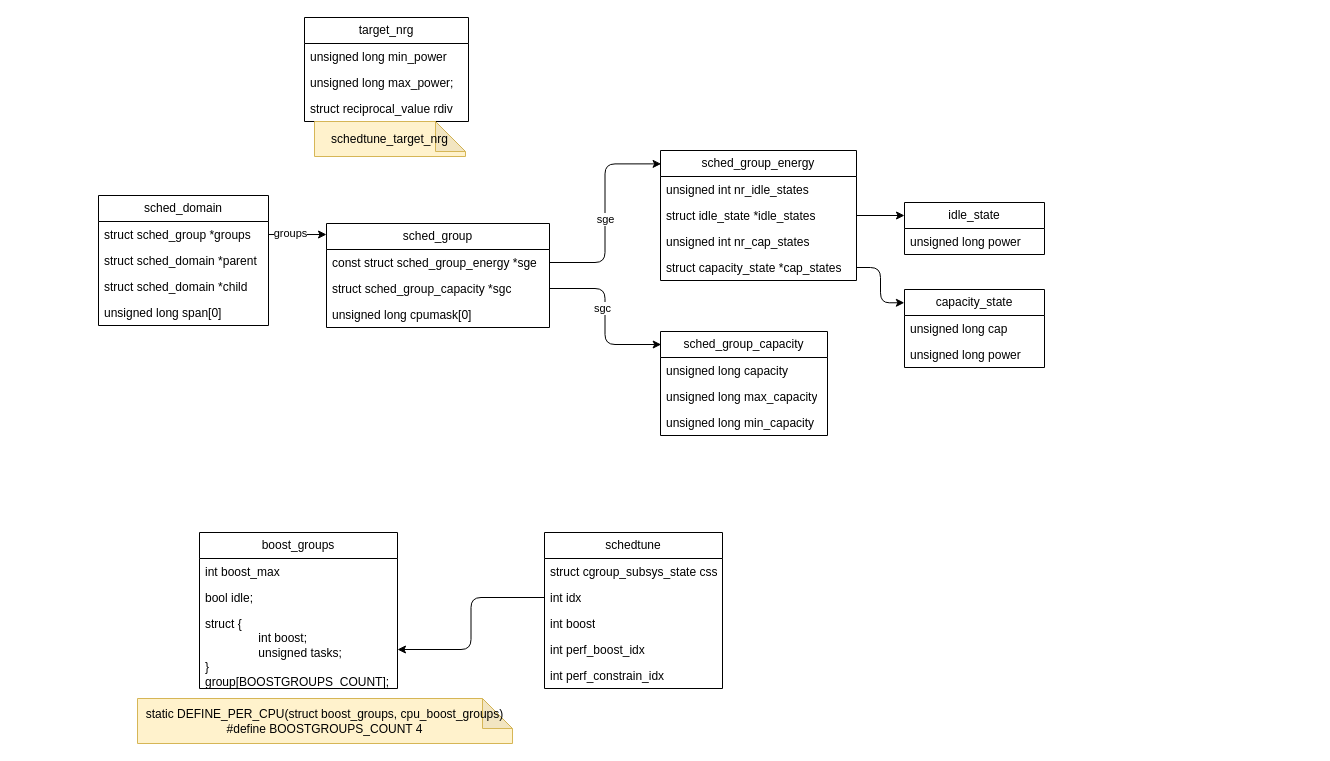
Above: schedtune.drawio in jasonactions/graph (draw.io), before the change. Source tidied: cells renumbered, new cells numbered last; positions are measured from the earlier drawing's top-left corner, leaving out a move shared by most shapes. Both pictures are drawn from the tidied source at 100%, with x=0, y=0 at pixel (98, 17).
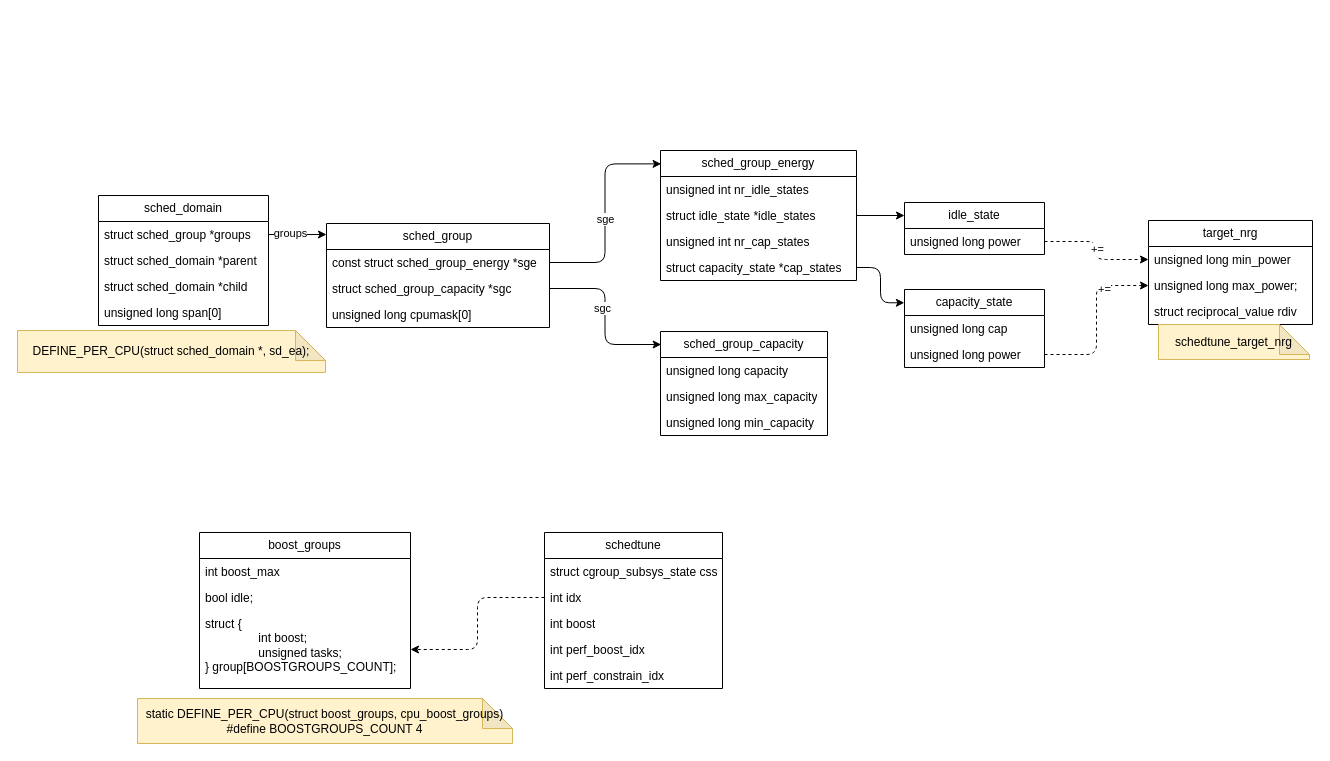
Above is the later version.

Unchanged cells that the change refers to:
```xml
<mxCell id="3" value="unsigned long min_power" style="text;strokeColor=none;fillColor=none;align=left;verticalAlign=top;spacingLeft=4;spacingRight=4;overflow=hidden;points=[[0,0.5],[1,0.5]];portConstraint=eastwest;whiteSpace=wrap;html=1;" parent="2" vertex="1">
  <mxGeometry y="26" width="164" height="26" as="geometry" />
</mxCell>
<mxCell id="4" value="unsigned long max_power;" style="text;strokeColor=none;fillColor=none;align=left;verticalAlign=top;spacingLeft=4;spacingRight=4;overflow=hidden;points=[[0,0.5],[1,0.5]];portConstraint=eastwest;whiteSpace=wrap;html=1;" parent="2" vertex="1">
  <mxGeometry y="52" width="164" height="26" as="geometry" />
</mxCell>
<mxCell id="23" value="int idx" style="text;strokeColor=none;fillColor=none;align=left;verticalAlign=top;spacingLeft=4;spacingRight=4;overflow=hidden;points=[[0,0.5],[1,0.5]];portConstraint=eastwest;whiteSpace=wrap;html=1;" parent="21" vertex="1">
  <mxGeometry y="52" width="178" height="26" as="geometry" />
</mxCell>
<mxCell id="44" value="unsigned long power" style="text;strokeColor=none;fillColor=none;align=left;verticalAlign=top;spacingLeft=4;spacingRight=4;overflow=hidden;points=[[0,0.5],[1,0.5]];portConstraint=eastwest;whiteSpace=wrap;html=1;" parent="43" vertex="1">
  <mxGeometry y="26" width="140" height="26" as="geometry" />
</mxCell>
<mxCell id="48" value="unsigned long power" style="text;strokeColor=none;fillColor=none;align=left;verticalAlign=top;spacingLeft=4;spacingRight=4;overflow=hidden;points=[[0,0.5],[1,0.5]];portConstraint=eastwest;whiteSpace=wrap;html=1;" parent="46" vertex="1">
  <mxGeometry y="52" width="140" height="26" as="geometry" />
</mxCell>
```

Change to the diagram source:
```diff
@@
     <mxCell id="2" value="target_nrg" style="swimlane;fontStyle=0;horizontal=1;startSize=26;fillColor=none;whiteSpace=wrap;html=1;" parent="1" vertex="1">
-      <mxGeometry x="206" width="164" height="104" as="geometry" />
+      <mxGeometry x="1050" y="203" width="164" height="104" as="geometry" />
     </mxCell>
@@
     <mxCell id="17" value="boost_groups" style="swimlane;fontStyle=0;horizontal=1;startSize=26;fillColor=none;whiteSpace=wrap;html=1;" parent="1" vertex="1">
-      <mxGeometry x="101" y="515" width="198" height="156" as="geometry" />
+      <mxGeometry x="101" y="515" width="211" height="156" as="geometry" />
     </mxCell>
     <mxCell id="18" value="int boost_max" style="text;strokeColor=none;fillColor=none;align=left;verticalAlign=top;spacingLeft=4;spacingRight=4;overflow=hidden;whiteSpace=wrap;html=1;" parent="17" vertex="1">
-      <mxGeometry y="26" width="198" height="26" as="geometry" />
+      <mxGeometry y="26" width="211" height="26" as="geometry" />
     </mxCell>
     <mxCell id="19" value="bool idle;" style="text;strokeColor=none;fillColor=none;align=left;verticalAlign=top;spacingLeft=4;spacingRight=4;overflow=hidden;whiteSpace=wrap;html=1;" parent="17" vertex="1">
-      <mxGeometry y="52" width="198" height="26" as="geometry" />
+      <mxGeometry y="52" width="211" height="26" as="geometry" />
     </mxCell>
     <mxCell id="20" value="&lt;div&gt;struct {&lt;/div&gt;&lt;div&gt;&lt;span style=&quot;background-color: initial;&quot;&gt;&amp;nbsp; &amp;nbsp; &amp;nbsp; &amp;nbsp; &amp;nbsp; &amp;nbsp; &amp;nbsp; &amp;nbsp; int boost;&lt;/span&gt;&lt;br&gt;&lt;/div&gt;&lt;div&gt;&lt;span style=&quot;background-color: initial;&quot;&gt;&amp;nbsp; &amp;nbsp; &amp;nbsp; &amp;nbsp; &amp;nbsp; &amp;nbsp; &amp;nbsp; &amp;nbsp; unsigned tasks;&lt;/span&gt;&lt;/div&gt;&lt;div&gt;&lt;span style=&quot;background-color: initial;&quot;&gt;} group[BOOSTGROUPS_COUNT];&lt;/span&gt;&lt;/div&gt;" style="text;strokeColor=none;fillColor=none;align=left;verticalAlign=top;spacingLeft=4;spacingRight=4;overflow=hidden;points=[[0,0.5],[1,0.5]];portConstraint=eastwest;whiteSpace=wrap;html=1;" parent="17" vertex="1">
-      <mxGeometry y="78" width="198" height="78" as="geometry" />
+      <mxGeometry y="78" width="211" height="78" as="geometry" />
     </mxCell>
@@
-    <mxCell id="28" style="edgeStyle=orthogonalEdgeStyle;rounded=1;jettySize=auto;html=1;entryX=1;entryY=0.5;entryDx=0;entryDy=0;curved=0;" parent="1" edge="1" source="23" target="20">
+    <mxCell id="28" style="edgeStyle=orthogonalEdgeStyle;rounded=1;jettySize=auto;html=1;entryX=1;entryY=0.5;entryDx=0;entryDy=0;curved=0;dashed=1;" parent="1" edge="1" source="23" target="20">
       <mxGeometry relative="1" as="geometry" />
     </mxCell>
     <mxCell id="29" value="schedtune_target_nrg" style="shape=note;whiteSpace=wrap;html=1;backgroundOutline=1;darkOpacity=0.05;fillColor=#fff2cc;strokeColor=#d6b656;" parent="1" vertex="1">
-      <mxGeometry x="216" y="104" width="151" height="35" as="geometry" />
+      <mxGeometry x="1060" y="307" width="151" height="35" as="geometry" />
     </mxCell>
@@
+    <mxCell id="50" value="DEFINE_PER_CPU(struct sched_domain *, sd_ea);" style="shape=note;whiteSpace=wrap;html=1;backgroundOutline=1;darkOpacity=0.05;fillColor=#fff2cc;strokeColor=#d6b656;" parent="1" vertex="1">
+      <mxGeometry x="-81" y="313" width="308" height="42" as="geometry" />
+    </mxCell>
+    <mxCell id="51" style="edgeStyle=orthogonalEdgeStyle;rounded=1;jettySize=auto;html=1;entryX=0;entryY=0.5;entryDx=0;entryDy=0;curved=0;dashed=1;" parent="1" edge="1" source="44" target="3">
+      <mxGeometry relative="1" as="geometry" />
+    </mxCell>
+    <mxCell id="52" value="+=" style="edgeLabel;html=1;align=center;verticalAlign=middle;" parent="51" vertex="1">
+      <mxGeometry x="-0.03" relative="1" as="geometry" />
+    </mxCell>
+    <mxCell id="53" style="edgeStyle=orthogonalEdgeStyle;rounded=1;jettySize=auto;html=1;entryX=0;entryY=0.5;entryDx=0;entryDy=0;curved=0;dashed=1;" parent="1" edge="1" source="48" target="4">
+      <mxGeometry relative="1" as="geometry" />
+    </mxCell>
+    <mxCell id="54" value="+=" style="edgeLabel;html=1;align=center;verticalAlign=middle;" parent="53" vertex="1">
+      <mxGeometry x="0.48" y="-3" relative="1" as="geometry" />
+    </mxCell>
```
